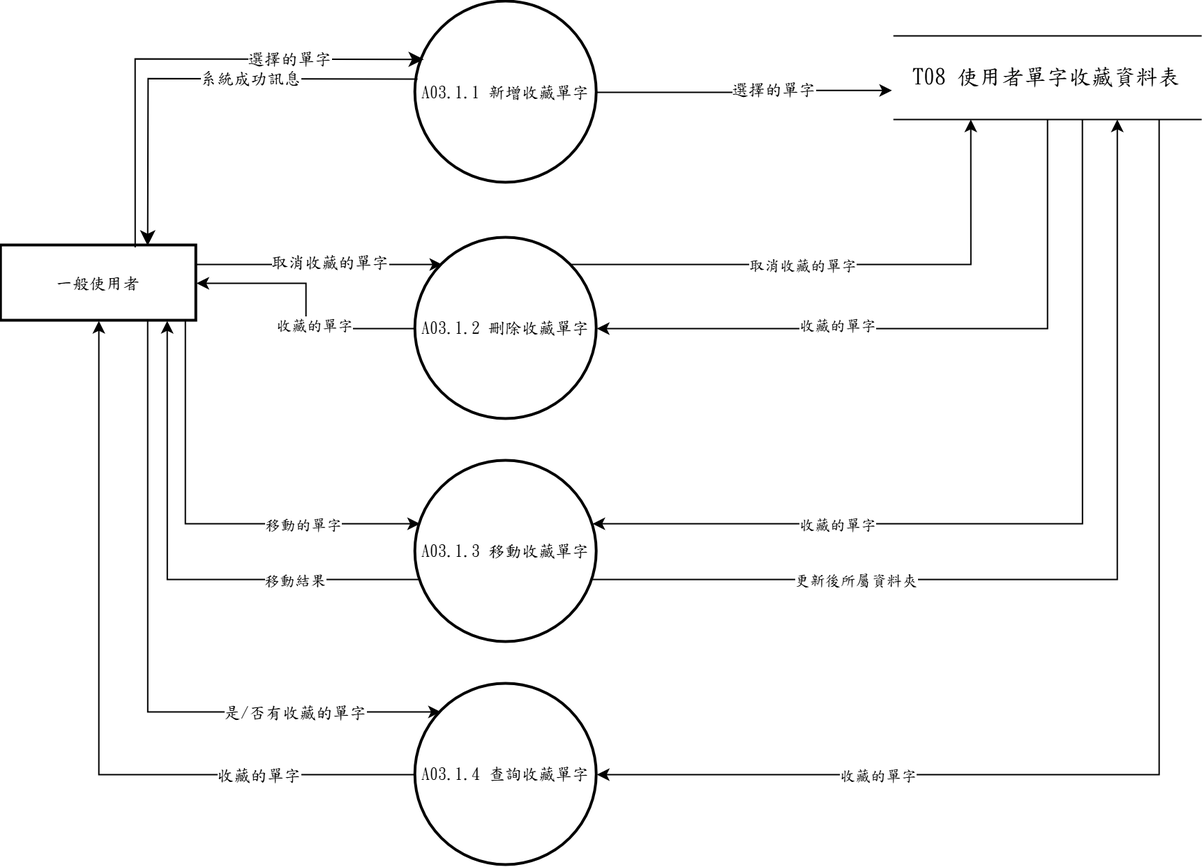
Above: 系統文件/第6章/DFD圖/圖3/新/圖3.1.drawio.png in s22452007/115502 (draw.io), before the change. Source tidied: cells renumbered, new cells last; positions are measured from the earlier drawing's top-left corner, leaving out a move shared by most shapes. Its diagram source:
```xml
<mxGraphModel>
  <root>
    <mxCell id="0" />
    <mxCell id="1" parent="0" />
    <mxCell id="2" style="edgeStyle=orthogonalEdgeStyle;rounded=0;jettySize=auto;html=1;exitX=1;exitY=0.25;exitDx=0;exitDy=0;entryX=0;entryY=0;entryDx=0;entryDy=0;fontSize=12;" parent="1" edge="1" source="6" target="23">
      <mxGeometry relative="1" as="geometry" />
    </mxCell>
    <mxCell id="3" value="取消收藏的單字" style="edgeLabel;html=1;align=center;verticalAlign=middle;fontSize=12;fontFamily=標楷體;" parent="2" vertex="1">
      <mxGeometry x="0.08" y="2" relative="1" as="geometry" />
    </mxCell>
    <mxCell id="4" style="edgeStyle=orthogonalEdgeStyle;rounded=0;jettySize=auto;html=1;exitX=0.7500;exitY=1.0000;exitDx=0;exitDy=0;exitPerimeter=0;entryX=0.1392;entryY=0.1538;entryDx=0;entryDy=0;entryPerimeter=0;" parent="1" edge="1" source="6" target="26">
      <mxGeometry relative="1" as="geometry">
        <Array as="points">
          <mxPoint x="105" y="510" />
        </Array>
      </mxGeometry>
    </mxCell>
    <mxCell id="5" value="是/否有收藏的單字" style="edgeLabel;html=1;align=center;verticalAlign=middle;fontSize=12;fontFamily=標楷體;" parent="4" vertex="1">
      <mxGeometry x="0.57" relative="1" as="geometry" />
    </mxCell>
    <mxCell id="6" value="一般使用者" style="whiteSpace=wrap;strokeWidth=2;fontFamily=標楷體;fontSize=12;" parent="1" vertex="1">
      <mxGeometry y="175.5" width="140" height="54" as="geometry" />
    </mxCell>
    <mxCell id="7" value="A03.1.1 新增收藏單字" style="ellipse;strokeWidth=2;whiteSpace=wrap;fontFamily=標楷體;fontSize=12;" parent="1" vertex="1">
      <mxGeometry x="297" y="0.5" width="130" height="130" as="geometry" />
    </mxCell>
    <mxCell id="8" style="edgeStyle=orthogonalEdgeStyle;rounded=0;jettySize=auto;html=1;exitX=0.5;exitY=1;exitDx=0;exitDy=0;entryX=1;entryY=0.5;entryDx=0;entryDy=0;fontSize=12;" parent="1" edge="1" source="12" target="23">
      <mxGeometry relative="1" as="geometry" />
    </mxCell>
    <mxCell id="9" value="收藏的單字" style="edgeLabel;html=1;align=center;verticalAlign=middle;fontFamily=標楷體;" parent="8" vertex="1">
      <mxGeometry x="0.27" y="-3" relative="1" as="geometry" />
    </mxCell>
    <mxCell id="10" style="edgeStyle=orthogonalEdgeStyle;rounded=0;jettySize=auto;html=1;exitX=0.8636;exitY=1.0000;exitDx=0;exitDy=0;exitPerimeter=0;entryX=1.0000;entryY=0.5000;entryDx=0;entryDy=0;entryPerimeter=0;" parent="1" edge="1" source="12" target="26">
      <mxGeometry relative="1" as="geometry">
        <Array as="points">
          <mxPoint x="830" y="555" />
        </Array>
      </mxGeometry>
    </mxCell>
    <mxCell id="11" value="收藏的單字" style="edgeLabel;html=1;align=center;verticalAlign=middle;fontFamily=標楷體;" parent="10" vertex="1">
      <mxGeometry x="0.54" relative="1" as="geometry" />
    </mxCell>
    <mxCell id="12" value="&lt;span lang=&quot;EN-US&quot; style=&quot;font-size: 12pt;&quot;&gt;T08&amp;nbsp;&lt;/span&gt;&lt;span style=&quot;font-size: 12pt;&quot;&gt;使用者單字收藏資料表&lt;/span&gt;" style="shape=partialRectangle;whiteSpace=wrap;html=1;left=0;right=0;fontFamily=標楷體;fontSize=12;" parent="1" vertex="1">
      <mxGeometry x="640" y="25" width="220" height="60" as="geometry" />
    </mxCell>
    <mxCell id="13" style="edgeStyle=none;curved=0;rounded=0;jettySize=auto;html=1;exitX=0.686;exitY=0.023;exitDx=0;exitDy=0;entryX=0.046;entryY=0.318;entryDx=0;entryDy=0;fontSize=12;startSize=8;endSize=8;entryPerimeter=0;exitPerimeter=0;fontFamily=標楷體;" parent="1" edge="1" source="6" target="7">
      <mxGeometry relative="1" as="geometry">
        <Array as="points">
          <mxPoint x="96" y="41.5" />
        </Array>
      </mxGeometry>
    </mxCell>
    <mxCell id="14" value="選擇的單字" style="edgeLabel;html=1;align=center;verticalAlign=middle;fontFamily=標楷體;fontSize=12;" parent="13" vertex="1">
      <mxGeometry x="0.03" y="-3" relative="1" as="geometry">
        <mxPoint x="69" y="-3" as="offset" />
      </mxGeometry>
    </mxCell>
    <mxCell id="15" style="edgeStyle=none;curved=0;rounded=0;jettySize=auto;html=1;exitX=0.011;exitY=0.427;exitDx=0;exitDy=0;fontSize=12;startSize=8;endSize=8;exitPerimeter=0;entryX=0.75;entryY=0;entryDx=0;entryDy=0;fontFamily=標楷體;" parent="1" edge="1" source="7" target="6">
      <mxGeometry relative="1" as="geometry">
        <Array as="points">
          <mxPoint x="105.3" y="55.6" />
        </Array>
      </mxGeometry>
    </mxCell>
    <mxCell id="16" value="系統成功訊息" style="edgeLabel;html=1;align=center;verticalAlign=middle;fontFamily=標楷體;fontSize=12;" parent="15" vertex="1">
      <mxGeometry x="-0.23" y="-1" relative="1" as="geometry" />
    </mxCell>
    <mxCell id="17" style="rounded=0;jettySize=auto;html=1;exitX=1;exitY=0.5;exitDx=0;exitDy=0;edgeStyle=orthogonalEdgeStyle;fontFamily=標楷體;elbow=vertical;entryX=-0.007;entryY=0.653;entryDx=0;entryDy=0;entryPerimeter=0;fontSize=12;" parent="1" edge="1" source="7" target="12">
      <mxGeometry relative="1" as="geometry" />
    </mxCell>
    <mxCell id="18" value="選擇的單字" style="edgeLabel;html=1;align=center;verticalAlign=middle;fontFamily=標楷體;fontSize=12;" parent="17" vertex="1">
      <mxGeometry x="0.35" y="-7" relative="1" as="geometry">
        <mxPoint x="-16" y="-8" as="offset" />
      </mxGeometry>
    </mxCell>
    <mxCell id="19" style="edgeStyle=orthogonalEdgeStyle;rounded=0;jettySize=auto;html=1;exitX=0;exitY=0.5;exitDx=0;exitDy=0;entryX=1;entryY=0.5;entryDx=0;entryDy=0;fontSize=12;" parent="1" edge="1" source="23" target="6">
      <mxGeometry relative="1" as="geometry" />
    </mxCell>
    <mxCell id="20" value="收藏的單字" style="edgeLabel;html=1;align=center;verticalAlign=middle;fontFamily=標楷體;" parent="19" vertex="1">
      <mxGeometry x="-0.23" y="-3" relative="1" as="geometry" />
    </mxCell>
    <mxCell id="21" style="edgeStyle=orthogonalEdgeStyle;rounded=0;jettySize=auto;html=1;exitX=1;exitY=0;exitDx=0;exitDy=0;entryX=0.25;entryY=1;entryDx=0;entryDy=0;fontSize=12;" parent="1" edge="1" source="23" target="12">
      <mxGeometry relative="1" as="geometry" />
    </mxCell>
    <mxCell id="22" value="取消收藏的單字" style="edgeLabel;html=1;align=center;verticalAlign=middle;fontFamily=標楷體;" parent="21" vertex="1">
      <mxGeometry x="-0.15" relative="1" as="geometry" />
    </mxCell>
    <mxCell id="23" value="A03.1.2 刪除收藏單字" style="ellipse;strokeWidth=2;whiteSpace=wrap;fontFamily=標楷體;fontSize=12;" parent="1" vertex="1">
      <mxGeometry x="297" y="170" width="130" height="130" as="geometry" />
    </mxCell>
    <mxCell id="24" style="edgeStyle=orthogonalEdgeStyle;rounded=0;jettySize=auto;html=1;exitX=0.0000;exitY=0.5000;exitDx=0;exitDy=0;exitPerimeter=0;entryX=0.5000;entryY=1.0000;entryDx=0;entryDy=0;entryPerimeter=0;" parent="1" edge="1" source="26" target="6">
      <mxGeometry relative="1" as="geometry">
        <Array as="points">
          <mxPoint x="70" y="555" />
        </Array>
      </mxGeometry>
    </mxCell>
    <mxCell id="25" value="收藏的單字" style="edgeLabel;html=1;align=center;verticalAlign=middle;fontSize=12;fontFamily=標楷體;" parent="24" vertex="1">
      <mxGeometry x="-0.59" relative="1" as="geometry" />
    </mxCell>
    <mxCell id="26" value="A03.1.4 查詢收藏單字" style="ellipse;strokeWidth=2;whiteSpace=wrap;fontFamily=標楷體;fontSize=12;" parent="1" vertex="1">
      <mxGeometry x="297" y="490" width="130" height="130" as="geometry" />
    </mxCell>
    <mxCell id="27" value="A03.1.3 移動收藏單字" style="ellipse;strokeWidth=2;whiteSpace=wrap;fontFamily=標楷體;" parent="1" vertex="1">
      <mxGeometry x="297" y="330" width="130" height="130" as="geometry" />
    </mxCell>
    <mxCell id="28" style="edgeStyle=orthogonalEdgeStyle;rounded=0;jettySize=auto;html=1;exitX=0.9429;exitY=1.0000;exitDx=0;exitDy=0;exitPerimeter=0;entryX=0.0243;entryY=0.3462;entryDx=0;entryDy=0;entryPerimeter=0;" parent="1" edge="1" source="6" target="27">
      <mxGeometry relative="1" as="geometry">
        <Array as="points">
          <mxPoint x="132" y="375" />
        </Array>
      </mxGeometry>
    </mxCell>
    <mxCell id="29" value="移動的單字" style="edgeLabel;html=1;align=center;verticalAlign=middle;fontFamily=標楷體;" parent="28" vertex="1">
      <mxGeometry x="0.46" relative="1" as="geometry" />
    </mxCell>
    <mxCell id="30" style="edgeStyle=orthogonalEdgeStyle;rounded=0;jettySize=auto;html=1;exitX=0.0243;exitY=0.6538;exitDx=0;exitDy=0;exitPerimeter=0;entryX=0.8500;entryY=1.0000;entryDx=0;entryDy=0;entryPerimeter=0;" parent="1" edge="1" source="27" target="6">
      <mxGeometry relative="1" as="geometry">
        <Array as="points">
          <mxPoint x="119" y="415" />
        </Array>
      </mxGeometry>
    </mxCell>
    <mxCell id="31" value="移動結果" style="edgeLabel;html=1;align=center;verticalAlign=middle;fontFamily=標楷體;" parent="30" vertex="1">
      <mxGeometry x="-0.51" relative="1" as="geometry" />
    </mxCell>
    <mxCell id="32" style="edgeStyle=orthogonalEdgeStyle;rounded=0;jettySize=auto;html=1;exitX=0.6136;exitY=1.0000;exitDx=0;exitDy=0;exitPerimeter=0;entryX=0.9757;entryY=0.3462;entryDx=0;entryDy=0;entryPerimeter=0;" parent="1" edge="1" source="12" target="27">
      <mxGeometry relative="1" as="geometry">
        <Array as="points">
          <mxPoint x="775" y="375" />
        </Array>
      </mxGeometry>
    </mxCell>
    <mxCell id="33" value="收藏的單字" style="edgeLabel;html=1;align=center;verticalAlign=middle;fontFamily=標楷體;" parent="32" vertex="1">
      <mxGeometry x="0.45" relative="1" as="geometry" />
    </mxCell>
    <mxCell id="34" style="edgeStyle=orthogonalEdgeStyle;rounded=0;jettySize=auto;html=1;exitX=0.9757;exitY=0.6538;exitDx=0;exitDy=0;exitPerimeter=0;entryX=0.7273;entryY=1.0000;entryDx=0;entryDy=0;entryPerimeter=0;" parent="1" edge="1" source="27" target="12">
      <mxGeometry relative="1" as="geometry">
        <Array as="points">
          <mxPoint x="800" y="415" />
        </Array>
      </mxGeometry>
    </mxCell>
    <mxCell id="35" value="更新後所屬資料夾" style="edgeLabel;html=1;align=center;verticalAlign=middle;fontFamily=標楷體;" parent="34" vertex="1">
      <mxGeometry x="-0.47" relative="1" as="geometry" />
    </mxCell>
  </root>
</mxGraphModel>
```
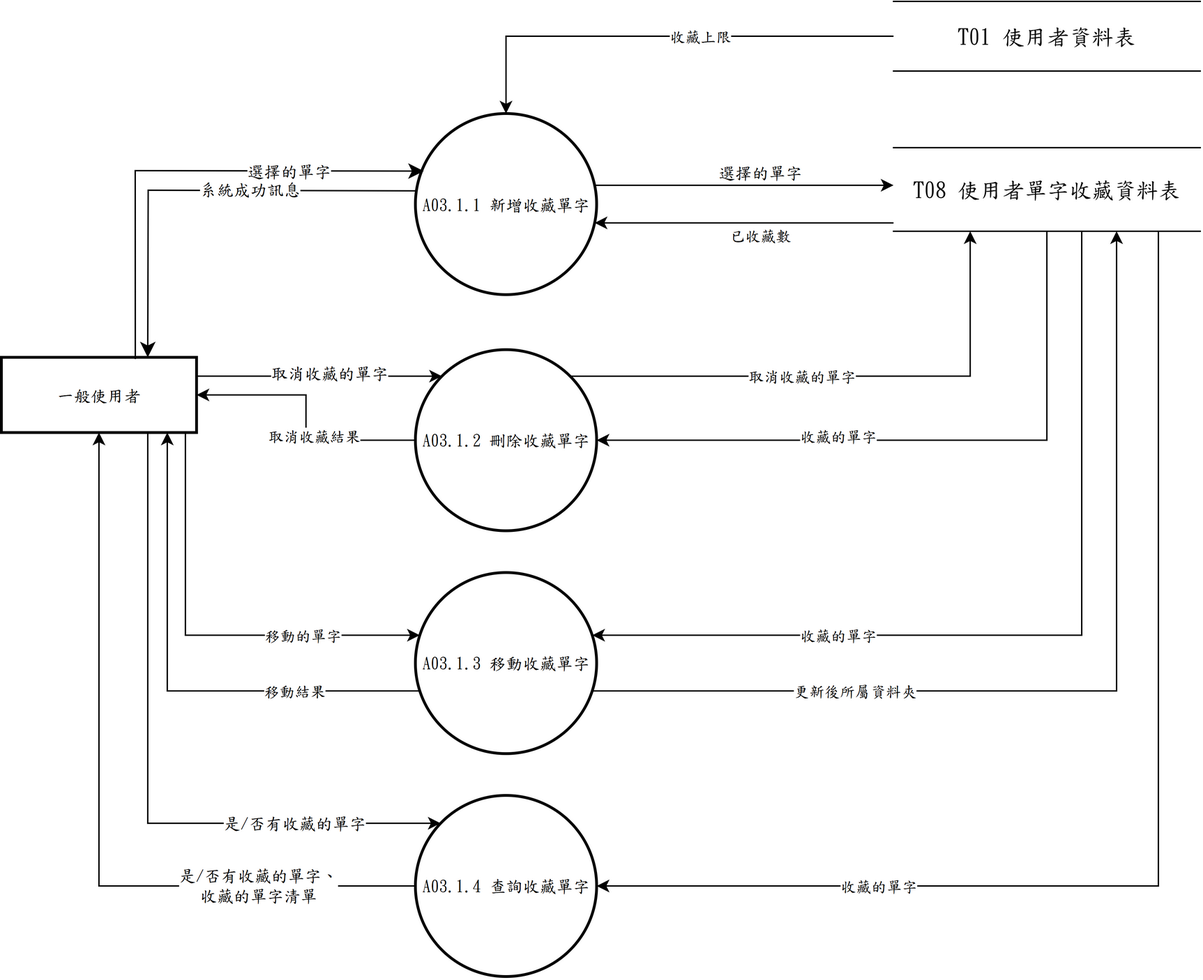
Above is the later version.

Diff of the diagram source:
```diff
@@ -65,18 +65,18 @@
     <mxCell id="16" value="系統成功訊息" style="edgeLabel;html=1;align=center;verticalAlign=middle;fontFamily=標楷體;fontSize=12;" parent="15" vertex="1">
       <mxGeometry x="-0.23" y="-1" relative="1" as="geometry" />
     </mxCell>
-    <mxCell id="17" style="rounded=0;jettySize=auto;html=1;exitX=1;exitY=0.5;exitDx=0;exitDy=0;edgeStyle=orthogonalEdgeStyle;fontFamily=標楷體;elbow=vertical;entryX=-0.007;entryY=0.653;entryDx=0;entryDy=0;entryPerimeter=0;fontSize=12;" parent="1" edge="1" source="7" target="12">
+    <mxCell id="17" style="edgeStyle=none;rounded=0;jettySize=auto;html=1;fontFamily=標楷體;exitX=0.9891;exitY=0.3962;exitDx=0;exitDy=0;exitPerimeter=0;entryX=0.0000;entryY=0.4500;entryDx=0;entryDy=0;entryPerimeter=0;fontSize=12;" parent="1" edge="1" source="7" target="12">
       <mxGeometry relative="1" as="geometry" />
     </mxCell>
     <mxCell id="18" value="選擇的單字" style="edgeLabel;html=1;align=center;verticalAlign=middle;fontFamily=標楷體;fontSize=12;" parent="17" vertex="1">
-      <mxGeometry x="0.35" y="-7" relative="1" as="geometry">
-        <mxPoint x="-16" y="-8" as="offset" />
+      <mxGeometry x="0.1" relative="1" as="geometry">
+        <mxPoint y="-9" as="offset" />
       </mxGeometry>
     </mxCell>
     <mxCell id="19" style="edgeStyle=orthogonalEdgeStyle;rounded=0;jettySize=auto;html=1;exitX=0;exitY=0.5;exitDx=0;exitDy=0;entryX=1;entryY=0.5;entryDx=0;entryDy=0;fontSize=12;" parent="1" edge="1" source="23" target="6">
       <mxGeometry relative="1" as="geometry" />
     </mxCell>
-    <mxCell id="20" value="收藏的單字" style="edgeLabel;html=1;align=center;verticalAlign=middle;fontFamily=標楷體;" parent="19" vertex="1">
+    <mxCell id="20" value="取消收藏結果" style="edgeLabel;html=1;align=center;verticalAlign=middle;fontFamily=標楷體;" parent="19" vertex="1">
       <mxGeometry x="-0.23" y="-3" relative="1" as="geometry" />
     </mxCell>
     <mxCell id="21" style="edgeStyle=orthogonalEdgeStyle;rounded=0;jettySize=auto;html=1;exitX=1;exitY=0;exitDx=0;exitDy=0;entryX=0.25;entryY=1;entryDx=0;entryDy=0;fontSize=12;" parent="1" edge="1" source="23" target="12">
@@ -95,7 +95,7 @@
         </Array>
       </mxGeometry>
     </mxCell>
-    <mxCell id="25" value="收藏的單字" style="edgeLabel;html=1;align=center;verticalAlign=middle;fontSize=12;fontFamily=標楷體;" parent="24" vertex="1">
+    <mxCell id="25" value="是/否有收藏的單字、&lt;br&gt;收藏的單字清單" style="edgeLabel;html=1;align=center;verticalAlign=middle;fontSize=12;fontFamily=標楷體;" parent="24" vertex="1">
       <mxGeometry x="-0.59" relative="1" as="geometry" />
     </mxCell>
     <mxCell id="26" value="A03.1.4 查詢收藏單字" style="ellipse;strokeWidth=2;whiteSpace=wrap;fontFamily=標楷體;fontSize=12;" parent="1" vertex="1">
@@ -144,5 +144,26 @@
     <mxCell id="35" value="更新後所屬資料夾" style="edgeLabel;html=1;align=center;verticalAlign=middle;fontFamily=標楷體;" parent="34" vertex="1">
       <mxGeometry x="-0.47" relative="1" as="geometry" />
     </mxCell>
+    <mxCell id="36" style="edgeStyle=none;rounded=0;jettySize=auto;html=1;fontFamily=標楷體;exitX=0.0000;exitY=0.9000;exitDx=0;exitDy=0;exitPerimeter=0;entryX=0.9891;entryY=0.6038;entryDx=0;entryDy=0;entryPerimeter=0;" parent="1" edge="1" source="12" target="7">
+      <mxGeometry relative="1" as="geometry" />
+    </mxCell>
+    <mxCell id="37" value="已收藏數" style="edgeLabel;html=1;align=center;verticalAlign=middle;fontFamily=標楷體;" parent="36" vertex="1">
+      <mxGeometry x="-0.1" relative="1" as="geometry">
+        <mxPoint y="9" as="offset" />
+      </mxGeometry>
+    </mxCell>
+    <mxCell id="38" value="&lt;span lang=&quot;EN-US&quot; style=&quot;font-size: 12pt;&quot;&gt;T01&amp;nbsp;&lt;/span&gt;&lt;span style=&quot;font-size: 12pt;&quot;&gt;使用者資料表&lt;/span&gt;" style="shape=partialRectangle;whiteSpace=wrap;html=1;left=0;right=0;fontFamily=標楷體;fontSize=12;" parent="1" vertex="1">
+      <mxGeometry x="640" y="-80" width="220" height="50" as="geometry" />
+    </mxCell>
+    <mxCell id="39" style="edgeStyle=none;rounded=0;jettySize=auto;html=1;fontFamily=標楷體;exitX=0.0000;exitY=0.5000;exitDx=0;exitDy=0;exitPerimeter=0;entryX=0.5000;entryY=0.0000;entryDx=0;entryDy=0;entryPerimeter=0;" parent="1" edge="1" source="38" target="7">
+      <mxGeometry relative="1" as="geometry">
+        <Array as="points">
+          <mxPoint x="362" y="-55" />
+        </Array>
+      </mxGeometry>
+    </mxCell>
+    <mxCell id="40" value="收藏上限" style="edgeLabel;html=1;align=center;verticalAlign=middle;fontFamily=標楷體;" parent="39" vertex="1">
+      <mxGeometry x="-0.17" relative="1" as="geometry" />
+    </mxCell>
   </root>
 </mxGraphModel>
```
